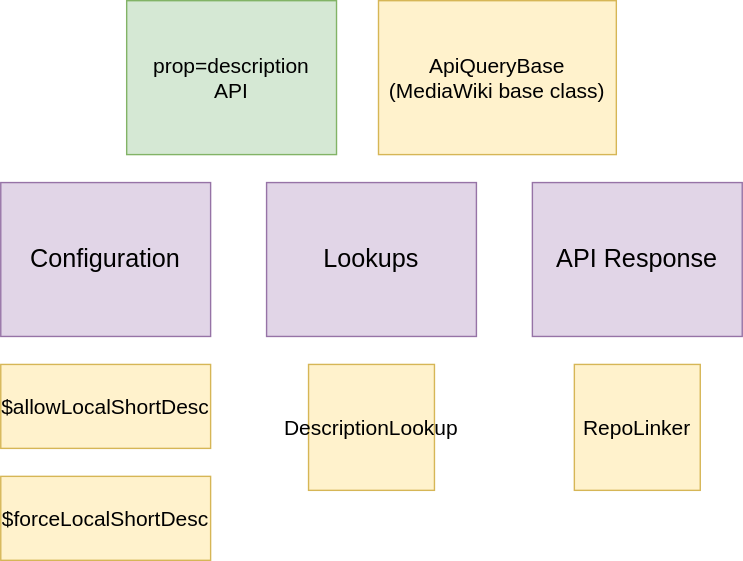
wmde/wikidata-wikibase-architecture keeps this draw.io diagram as systems/WikibaseClient/diagrams/05-api-description.drawio.svg. Above is the earlier version. Source tidied: cells renumbered, new cells last; positions are measured from the earlier drawing's top-left corner, leaving out a move shared by most shapes. Source of this version:
```xml
<mxGraphModel>
  <root>
    <mxCell id="0" />
    <mxCell id="1" parent="0" />
    <mxCell id="2" value="Lookups" style="rounded=0;whiteSpace=wrap;html=1;fillColor=#e1d5e7;strokeColor=#9673a6;fontSize=18;fontStyle=0;" parent="1" vertex="1">
      <mxGeometry x="190" y="130" width="150" height="110" as="geometry" />
    </mxCell>
    <mxCell id="3" value="&lt;div&gt;RepoLinker&lt;br&gt;&lt;/div&gt;" style="whiteSpace=wrap;html=1;fillColor=#fff2cc;strokeColor=#d6b656;fontSize=15;fontStyle=0;" parent="1" vertex="1">
      <mxGeometry x="410" y="260" width="90" height="90" as="geometry" />
    </mxCell>
    <mxCell id="4" value="&lt;font style=&quot;font-size: 15px&quot;&gt;prop=description&lt;br&gt;API&lt;/font&gt;" style="rounded=0;whiteSpace=wrap;html=1;fillColor=#d5e8d4;strokeColor=#82b366;" parent="1" vertex="1">
      <mxGeometry x="90" width="150" height="110" as="geometry" />
    </mxCell>
    <mxCell id="5" value="&lt;div style=&quot;font-size: 15px&quot;&gt;ApiQueryBase&lt;/div&gt;&lt;div style=&quot;font-size: 15px&quot;&gt;(MediaWiki base class)&lt;/div&gt;" style="rounded=0;whiteSpace=wrap;html=1;fillColor=#fff2cc;strokeColor=#d6b656;" parent="1" vertex="1">
      <mxGeometry x="270" width="170" height="110" as="geometry" />
    </mxCell>
    <mxCell id="6" value="API Response" style="rounded=0;whiteSpace=wrap;html=1;fillColor=#e1d5e7;strokeColor=#9673a6;fontSize=18;fontStyle=0;" parent="1" vertex="1">
      <mxGeometry x="380" y="130" width="150" height="110" as="geometry" />
    </mxCell>
    <mxCell id="7" value="&lt;div&gt;DescriptionLookup&lt;br&gt;&lt;/div&gt;" style="whiteSpace=wrap;html=1;fillColor=#fff2cc;strokeColor=#d6b656;fontSize=15;fontStyle=0;" parent="1" vertex="1">
      <mxGeometry x="220" y="260" width="90" height="90" as="geometry" />
    </mxCell>
    <mxCell id="8" value="Configuration" style="rounded=0;whiteSpace=wrap;html=1;fillColor=#e1d5e7;strokeColor=#9673a6;fontSize=18;fontStyle=0;" parent="1" vertex="1">
      <mxGeometry y="130" width="150" height="110" as="geometry" />
    </mxCell>
    <mxCell id="9" value="&lt;font style=&quot;font-size: 15px&quot;&gt;$allowLocalShortDesc&lt;/font&gt;" style="rounded=0;whiteSpace=wrap;html=1;fillColor=#fff2cc;strokeColor=#d6b656;" parent="1" vertex="1">
      <mxGeometry y="260" width="150" height="60" as="geometry" />
    </mxCell>
    <mxCell id="10" value="&lt;font style=&quot;font-size: 15px&quot;&gt;$forceLocalShortDesc&lt;/font&gt;" style="rounded=0;whiteSpace=wrap;html=1;fillColor=#fff2cc;strokeColor=#d6b656;" parent="1" vertex="1">
      <mxGeometry y="340" width="150" height="60" as="geometry" />
    </mxCell>
  </root>
</mxGraphModel>
```
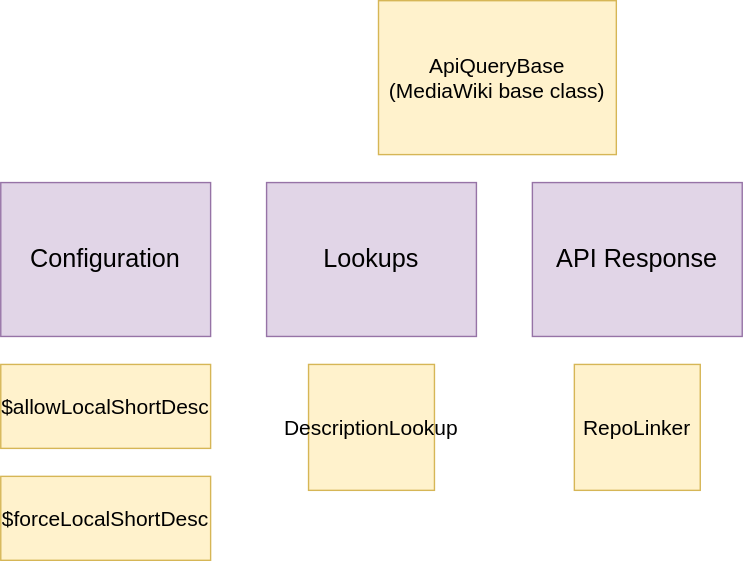
After the change.

Diff of the diagram source:
```diff
@@ -8,9 +8,6 @@
     <mxCell id="3" value="&lt;div&gt;RepoLinker&lt;br&gt;&lt;/div&gt;" style="whiteSpace=wrap;html=1;fillColor=#fff2cc;strokeColor=#d6b656;fontSize=15;fontStyle=0;" parent="1" vertex="1">
       <mxGeometry x="410" y="260" width="90" height="90" as="geometry" />
     </mxCell>
-    <mxCell id="4" value="&lt;font style=&quot;font-size: 15px&quot;&gt;prop=description&lt;br&gt;API&lt;/font&gt;" style="rounded=0;whiteSpace=wrap;html=1;fillColor=#d5e8d4;strokeColor=#82b366;" parent="1" vertex="1">
-      <mxGeometry x="90" width="150" height="110" as="geometry" />
-    </mxCell>
     <mxCell id="5" value="&lt;div style=&quot;font-size: 15px&quot;&gt;ApiQueryBase&lt;/div&gt;&lt;div style=&quot;font-size: 15px&quot;&gt;(MediaWiki base class)&lt;/div&gt;" style="rounded=0;whiteSpace=wrap;html=1;fillColor=#fff2cc;strokeColor=#d6b656;" parent="1" vertex="1">
       <mxGeometry x="270" width="170" height="110" as="geometry" />
     </mxCell>
```
